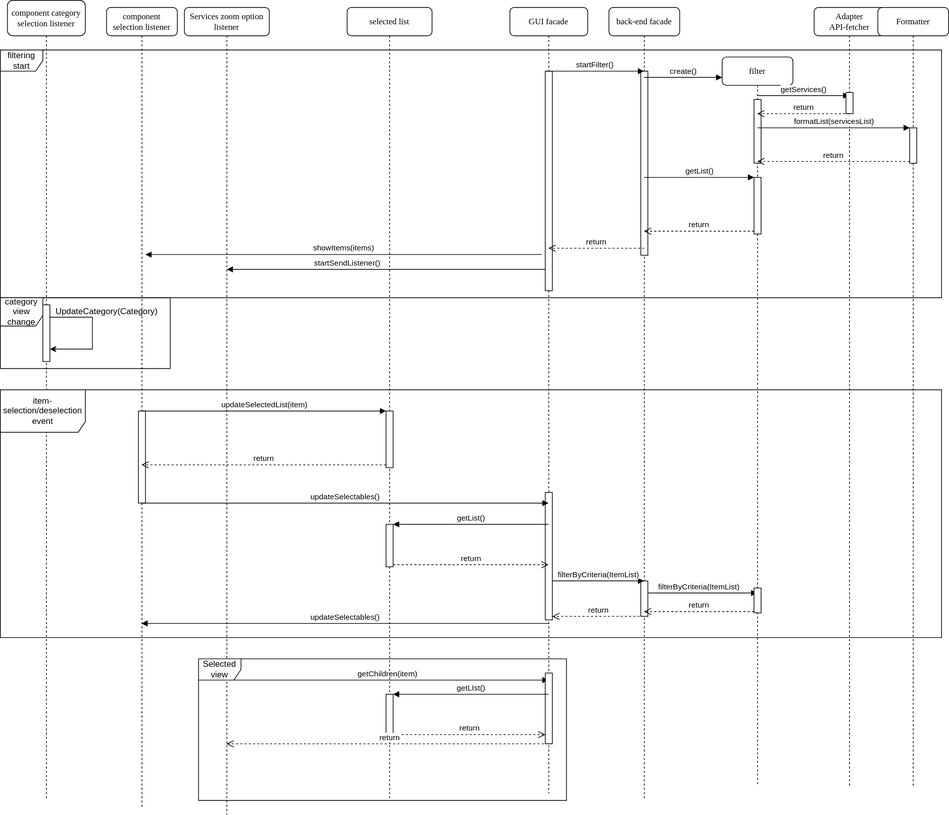
Before: documentation/behaviour/internal behaviour/internal_behaviour.svg, a diagram exported from draw.io (Geostartico/Trusted-list-browser). Source tidied: cells renumbered, new cells last; positions are measured from the earlier drawing's top-left corner, leaving out a move shared by most shapes.
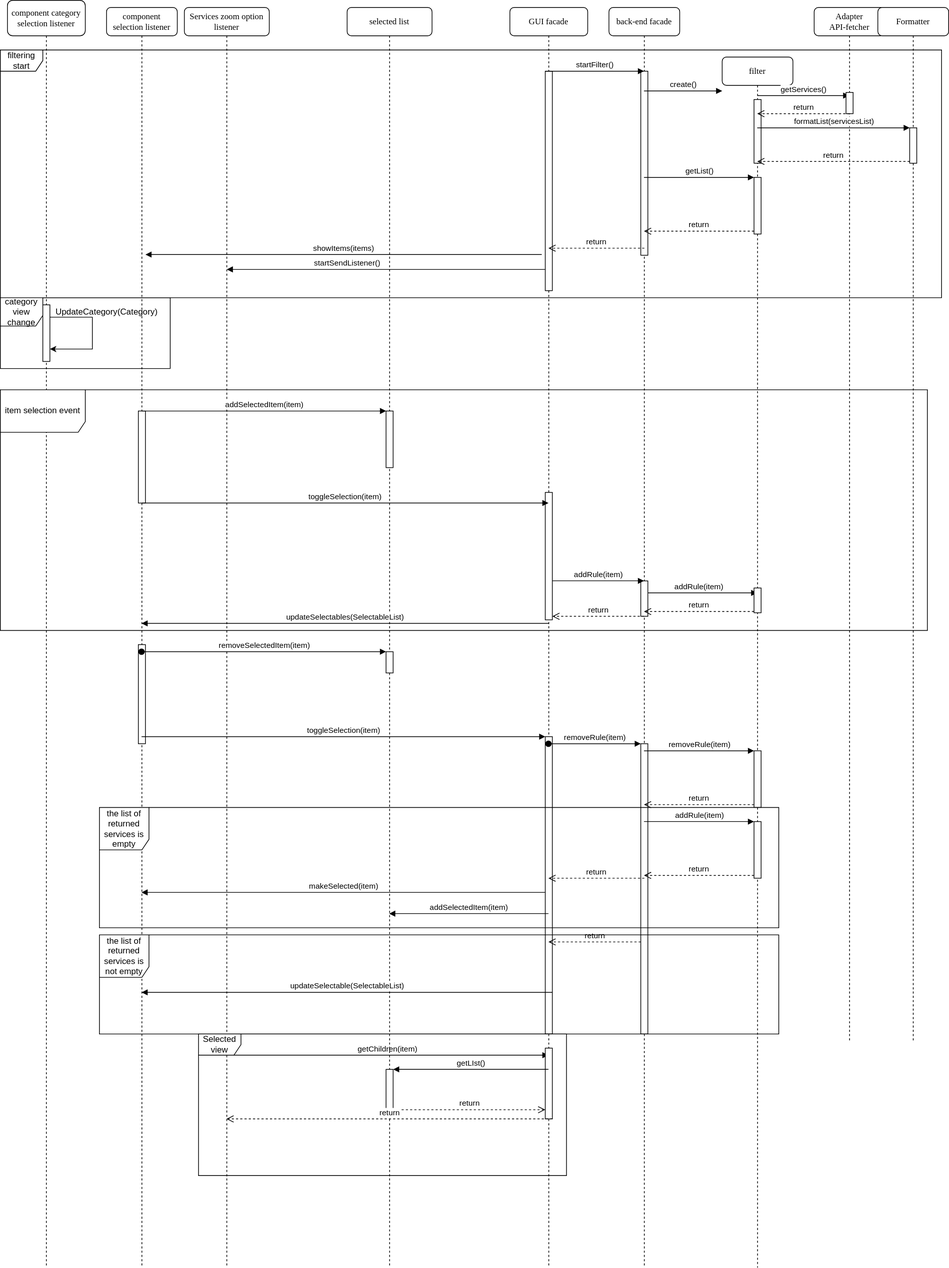
After the change.

Commit message:
modified internal behaviour and added immutable interface explanation

What changed in the source:
```diff
@@ -3,27 +3,28 @@
     <mxCell id="0" />
     <mxCell id="1" parent="0" />
     <mxCell id="2" value="Services zoom option listener" style="shape=umlLifeline;perimeter=lifelinePerimeter;whiteSpace=wrap;html=1;outlineConnect=0;rounded=1;shadow=0;comic=0;labelBackgroundColor=none;strokeWidth=1;fontFamily=Verdana;fontSize=12;align=center;" parent="1" vertex="1">
-      <mxGeometry x="260" y="10" width="120" height="1140" as="geometry" />
+      <mxGeometry x="260" y="10" width="120" height="1780" as="geometry" />
     </mxCell>
-    <mxCell id="3" value="getChildren(item)" style="html=1;verticalAlign=bottom;endArrow=block;rounded=0;" parent="2" edge="1" target="8">
+    <mxCell id="3" value="getChildren(item)" style="html=1;verticalAlign=bottom;endArrow=block;rounded=0;" parent="2" edge="1">
       <mxGeometry relative="1" as="geometry">
-        <mxPoint x="60" y="950" as="sourcePoint" />
+        <mxPoint x="60" y="1480" as="sourcePoint" />
+        <mxPoint x="514.5" y="1480" as="targetPoint" />
       </mxGeometry>
     </mxCell>
     <mxCell id="4" value="selected list" style="shape=umlLifeline;perimeter=lifelinePerimeter;whiteSpace=wrap;html=1;outlineConnect=0;rounded=1;shadow=0;comic=0;labelBackgroundColor=none;strokeWidth=1;fontFamily=Verdana;fontSize=12;align=center;" parent="1" vertex="1">
-      <mxGeometry x="490" y="10" width="120" height="1120" as="geometry" />
+      <mxGeometry x="490" y="10" width="120" height="1780" as="geometry" />
     </mxCell>
     <mxCell id="5" style="html=1;points=[];perimeter=orthogonalPerimeter;" parent="4" vertex="1">
       <mxGeometry x="55" y="570" width="10" height="80" as="geometry" />
     </mxCell>
-    <mxCell id="6" style="html=1;points=[];perimeter=orthogonalPerimeter;" parent="4" vertex="1">
-      <mxGeometry x="55" y="730" width="10" height="60" as="geometry" />
-    </mxCell>
     <mxCell id="7" style="html=1;points=[];perimeter=orthogonalPerimeter;" parent="4" vertex="1">
-      <mxGeometry x="55" y="970" width="10" height="60" as="geometry" />
+      <mxGeometry x="55" y="1500" width="10" height="60" as="geometry" />
     </mxCell>
+    <mxCell id="57" style="html=1;points=[];perimeter=orthogonalPerimeter;" parent="4" vertex="1">
+      <mxGeometry x="55" y="910" width="10" height="30" as="geometry" />
+    </mxCell>
     <mxCell id="8" value="GUI facade" style="shape=umlLifeline;perimeter=lifelinePerimeter;whiteSpace=wrap;html=1;outlineConnect=0;rounded=1;shadow=0;comic=0;labelBackgroundColor=none;strokeWidth=1;fontFamily=Verdana;fontSize=12;align=center;" parent="1" vertex="1">
-      <mxGeometry x="720" y="10" width="110" height="1110" as="geometry" />
+      <mxGeometry x="720" y="10" width="110" height="1780" as="geometry" />
     </mxCell>
     <mxCell id="9" style="rounded=0;whiteSpace=wrap;html=1;" parent="8" vertex="1">
       <mxGeometry x="50" y="90" width="10" height="310" as="geometry" />
@@ -32,15 +33,23 @@
       <mxGeometry x="50" y="685" width="10" height="180" as="geometry" />
     </mxCell>
     <mxCell id="11" style="html=1;perimeter=orthogonalPerimeter;" parent="8" vertex="1">
-      <mxGeometry x="50" y="940" width="10" height="100" as="geometry" />
+      <mxGeometry x="50" y="1470" width="10" height="100" as="geometry" />
     </mxCell>
+    <mxCell id="58" style="html=1;points=[];perimeter=orthogonalPerimeter;" parent="8" vertex="1">
+      <mxGeometry x="50" y="1030" width="10" height="420" as="geometry" />
+    </mxCell>
+    <mxCell id="59" value="makeSelected(item)" style="html=1;verticalAlign=bottom;endArrow=block;rounded=0;" parent="8" edge="1" target="22">
+      <mxGeometry relative="1" as="geometry">
+        <mxPoint x="50" y="1250" as="sourcePoint" />
+      </mxGeometry>
+    </mxCell>
     <mxCell id="12" value="back-end facade" style="shape=umlLifeline;perimeter=lifelinePerimeter;whiteSpace=wrap;html=1;outlineConnect=0;rounded=1;shadow=0;comic=0;labelBackgroundColor=none;strokeWidth=1;fontFamily=Verdana;fontSize=12;align=center;" parent="1" vertex="1">
-      <mxGeometry x="860" y="10" width="100" height="1120" as="geometry" />
+      <mxGeometry x="860" y="10" width="100" height="1780" as="geometry" />
     </mxCell>
     <mxCell id="13" style="html=1;perimeter=orthogonalPerimeter;" parent="12" vertex="1">
       <mxGeometry x="45" y="90" width="10" height="260" as="geometry" />
     </mxCell>
-    <mxCell id="14" value="filterByCriteria(ItemList)" style="html=1;verticalAlign=bottom;endArrow=block;rounded=0;" parent="12" edge="1" target="16">
+    <mxCell id="14" value="addRule(item)" style="html=1;verticalAlign=bottom;endArrow=block;rounded=0;" parent="12" edge="1" target="16">
       <mxGeometry relative="1" as="geometry">
         <mxPoint x="45" y="827" as="sourcePoint" />
       </mxGeometry>
@@ -48,8 +57,16 @@
     <mxCell id="15" style="html=1;perimeter=orthogonalPerimeter;" parent="12" vertex="1">
       <mxGeometry x="45" y="810" width="10" height="50" as="geometry" />
     </mxCell>
+    <mxCell id="60" style="html=1;points=[];perimeter=orthogonalPerimeter;" parent="12" vertex="1">
+      <mxGeometry x="45" y="1040" width="10" height="410" as="geometry" />
+    </mxCell>
+    <mxCell id="61" value="return" style="html=1;verticalAlign=bottom;endArrow=open;dashed=1;endSize=8;rounded=0;" parent="12" edge="1" target="8">
+      <mxGeometry relative="1" as="geometry">
+        <mxPoint x="45" y="1320" as="sourcePoint" />
+      </mxGeometry>
+    </mxCell>
     <mxCell id="16" value="filter" style="shape=umlLifeline;perimeter=lifelinePerimeter;whiteSpace=wrap;html=1;outlineConnect=0;rounded=1;shadow=0;comic=0;labelBackgroundColor=none;strokeWidth=1;fontFamily=Verdana;fontSize=12;align=center;" parent="1" vertex="1">
-      <mxGeometry x="1020" y="80" width="100" height="1030" as="geometry" />
+      <mxGeometry x="1020" y="80" width="100" height="1710" as="geometry" />
     </mxCell>
     <mxCell id="17" value="getServices()" style="html=1;verticalAlign=bottom;endArrow=block;rounded=0;" parent="16" edge="1" target="21">
       <mxGeometry relative="1" as="geometry">
@@ -65,15 +82,24 @@
     <mxCell id="20" style="html=1;points=[];perimeter=orthogonalPerimeter;" parent="16" vertex="1">
       <mxGeometry x="45" y="750" width="10" height="35" as="geometry" />
     </mxCell>
+    <mxCell id="62" style="html=1;points=[];perimeter=orthogonalPerimeter;" parent="16" vertex="1">
+      <mxGeometry x="45" y="980" width="10" height="80" as="geometry" />
+    </mxCell>
+    <mxCell id="63" style="html=1;points=[];perimeter=orthogonalPerimeter;" parent="16" vertex="1">
+      <mxGeometry x="45" y="1080" width="10" height="80" as="geometry" />
+    </mxCell>
     <mxCell id="21" value="&lt;div&gt;Adapter&lt;/div&gt;&lt;div&gt;API-fetcher&lt;/div&gt;" style="shape=umlLifeline;perimeter=lifelinePerimeter;whiteSpace=wrap;html=1;outlineConnect=0;rounded=1;shadow=0;comic=0;labelBackgroundColor=none;strokeWidth=1;fontFamily=Verdana;fontSize=12;align=center;" parent="1" vertex="1">
-      <mxGeometry x="1150" y="10" width="100" height="1100" as="geometry" />
+      <mxGeometry x="1150" y="10" width="100" height="1460" as="geometry" />
     </mxCell>
     <mxCell id="22" value="component selection listener" style="shape=umlLifeline;perimeter=lifelinePerimeter;whiteSpace=wrap;html=1;outlineConnect=0;rounded=1;shadow=0;comic=0;labelBackgroundColor=none;strokeWidth=1;fontFamily=Verdana;fontSize=12;align=center;" parent="1" vertex="1">
-      <mxGeometry x="150" y="10" width="100" height="1130" as="geometry" />
+      <mxGeometry x="150" y="10" width="100" height="1780" as="geometry" />
     </mxCell>
     <mxCell id="23" style="html=1;perimeter=orthogonalPerimeter;" parent="22" vertex="1">
       <mxGeometry x="45" y="570" width="10" height="130" as="geometry" />
     </mxCell>
+    <mxCell id="64" style="html=1;perimeter=orthogonalPerimeter;" parent="22" vertex="1">
+      <mxGeometry x="45" y="900" width="10" height="140" as="geometry" />
+    </mxCell>
     <mxCell id="24" value="return" style="html=1;verticalAlign=bottom;endArrow=open;dashed=1;endSize=8;rounded=0;" parent="1" edge="1" target="16">
       <mxGeometry relative="1" as="geometry">
         <mxPoint x="1200" y="160" as="sourcePoint" />
@@ -97,7 +123,7 @@
       <mxGeometry relative="1" as="geometry" />
     </mxCell>
     <mxCell id="28" value="Formatter" style="shape=umlLifeline;perimeter=lifelinePerimeter;whiteSpace=wrap;html=1;rounded=1;shadow=0;comic=0;labelBackgroundColor=none;strokeWidth=1;fontFamily=Verdana;fontSize=12;align=center;" parent="1" vertex="1">
-      <mxGeometry x="1240" y="10" width="100" height="1100" as="geometry" />
+      <mxGeometry x="1240" y="10" width="100" height="1460" as="geometry" />
     </mxCell>
     <mxCell id="29" style="html=1;points=[];perimeter=orthogonalPerimeter;" parent="28" vertex="1">
       <mxGeometry x="45" y="170" width="10" height="50" as="geometry" />
@@ -117,7 +143,7 @@
       <mxGeometry relative="1" as="geometry" />
     </mxCell>
     <mxCell id="34" value="component category selection listener" style="shape=umlLifeline;perimeter=lifelinePerimeter;whiteSpace=wrap;html=1;rounded=1;shadow=0;comic=0;labelBackgroundColor=none;strokeWidth=1;fontFamily=Verdana;fontSize=12;align=center;size=50;" parent="1" vertex="1">
-      <mxGeometry x="10" width="110" height="1130" as="geometry" />
+      <mxGeometry x="10" width="110" height="1790" as="geometry" />
     </mxCell>
     <mxCell id="35" value="filtering start" style="shape=umlFrame;whiteSpace=wrap;html=1;" parent="1" vertex="1">
       <mxGeometry y="70" width="1330" height="350" as="geometry" />
@@ -143,47 +169,40 @@
     <mxCell id="40" style="html=1;perimeter=orthogonalPerimeter;" parent="1" vertex="1">
       <mxGeometry x="1195" y="130" width="10" height="30" as="geometry" />
     </mxCell>
-    <mxCell id="41" value="updateSelectedList(item)" style="html=1;verticalAlign=bottom;endArrow=block;entryX=0;entryY=0;rounded=0;" parent="1" edge="1" source="22" target="5">
+    <mxCell id="41" value="addSelectedItem(item)" style="html=1;verticalAlign=bottom;endArrow=block;entryX=0;entryY=0;rounded=0;" parent="1" edge="1" source="22" target="5">
       <mxGeometry relative="1" as="geometry" />
     </mxCell>
-    <mxCell id="42" value="return" style="html=1;verticalAlign=bottom;endArrow=open;dashed=1;endSize=8;exitX=0;exitY=0.95;rounded=0;" parent="1" edge="1" source="5" target="22">
-      <mxGeometry relative="1" as="geometry" />
-    </mxCell>
-    <mxCell id="43" value="updateSelectables()" style="html=1;verticalAlign=bottom;endArrow=block;rounded=0;" parent="1" edge="1" target="8">
+    <mxCell id="43" value="toggleSelection(item)" style="html=1;verticalAlign=bottom;endArrow=block;rounded=0;" parent="1" edge="1" target="8">
       <mxGeometry relative="1" as="geometry">
         <mxPoint x="200" y="710" as="sourcePoint" />
       </mxGeometry>
     </mxCell>
-    <mxCell id="44" value="getList()" style="html=1;verticalAlign=bottom;endArrow=block;entryX=1;entryY=0;rounded=0;" parent="1" edge="1" source="8" target="6">
-      <mxGeometry relative="1" as="geometry" />
-    </mxCell>
-    <mxCell id="45" value="return" style="html=1;verticalAlign=bottom;endArrow=open;dashed=1;endSize=8;exitX=1;exitY=0.95;rounded=0;" parent="1" edge="1" source="6" target="8">
-      <mxGeometry relative="1" as="geometry" />
-    </mxCell>
-    <mxCell id="46" value="filterByCriteria(ItemList)" style="html=1;verticalAlign=bottom;endArrow=block;rounded=0;exitX=1;exitY=0.694;exitDx=0;exitDy=0;exitPerimeter=0;" parent="1" edge="1" source="10" target="12">
+    <mxCell id="46" value="addRule(item)" style="html=1;verticalAlign=bottom;endArrow=block;rounded=0;exitX=1;exitY=0.694;exitDx=0;exitDy=0;exitPerimeter=0;" parent="1" edge="1" source="10" target="12">
       <mxGeometry relative="1" as="geometry" />
     </mxCell>
     <mxCell id="47" value="return" style="html=1;verticalAlign=bottom;endArrow=open;dashed=1;endSize=8;exitX=0;exitY=0.95;rounded=0;" parent="1" edge="1" source="20" target="12">
       <mxGeometry relative="1" as="geometry" />
     </mxCell>
-    <mxCell id="48" value="updateSelectables()" style="html=1;verticalAlign=bottom;endArrow=block;rounded=0;" parent="1" edge="1" target="22">
+    <mxCell id="48" value="updateSelectables(SelectableList)" style="html=1;verticalAlign=bottom;endArrow=block;rounded=0;" parent="1" edge="1" target="22">
       <mxGeometry relative="1" as="geometry">
         <mxPoint x="775" y="880" as="sourcePoint" />
       </mxGeometry>
     </mxCell>
-    <mxCell id="49" value="item-selection/deselection event" style="shape=umlFrame;whiteSpace=wrap;html=1;width=120;height=60;" parent="1" vertex="1">
-      <mxGeometry y="550" width="1330" height="350" as="geometry" />
+    <mxCell id="49" value="item selection event" style="shape=umlFrame;whiteSpace=wrap;html=1;width=120;height=60;" parent="1" vertex="1">
+      <mxGeometry y="550" width="1310" height="340" as="geometry" />
     </mxCell>
-    <mxCell id="50" value="getLIst()" style="html=1;verticalAlign=bottom;endArrow=block;entryX=1;entryY=0;rounded=0;" parent="1" edge="1" source="8" target="7">
-      <mxGeometry relative="1" as="geometry" />
+    <mxCell id="50" value="getLIst()" style="html=1;verticalAlign=bottom;endArrow=block;entryX=1;entryY=0;rounded=0;" parent="1" edge="1" target="7">
+      <mxGeometry relative="1" as="geometry">
+        <mxPoint x="774.5" y="1510" as="sourcePoint" />
+      </mxGeometry>
     </mxCell>
     <mxCell id="51" value="return" style="html=1;verticalAlign=bottom;endArrow=open;dashed=1;endSize=8;exitX=1;exitY=0.95;rounded=0;" parent="1" edge="1" source="7">
       <mxGeometry relative="1" as="geometry">
-        <mxPoint x="770" y="1037" as="targetPoint" />
+        <mxPoint x="770" y="1567" as="targetPoint" />
       </mxGeometry>
     </mxCell>
     <mxCell id="52" value="Selected view" style="shape=umlFrame;whiteSpace=wrap;html=1;" parent="1" vertex="1">
-      <mxGeometry x="280" y="930" width="520" height="200" as="geometry" />
+      <mxGeometry x="280" y="1460" width="520" height="200" as="geometry" />
     </mxCell>
     <mxCell id="53" value="&lt;div&gt;startFilter()&lt;/div&gt;" style="html=1;verticalAlign=bottom;endArrow=block;rounded=0;" parent="1" edge="1">
       <mxGeometry relative="1" as="geometry">
@@ -206,10 +225,64 @@
         <mxPoint x="780" y="870" as="targetPoint" />
       </mxGeometry>
     </mxCell>
-    <mxCell id="56" value="return" style="html=1;verticalAlign=bottom;endArrow=open;dashed=1;endSize=8;rounded=0;" parent="1" edge="1" target="2">
+    <mxCell id="56" value="return" style="html=1;verticalAlign=bottom;endArrow=open;dashed=1;endSize=8;rounded=0;" parent="1" edge="1">
       <mxGeometry relative="1" as="geometry">
-        <mxPoint x="780" y="1050" as="sourcePoint" />
+        <mxPoint x="780" y="1580" as="sourcePoint" />
+        <mxPoint x="319.5" y="1580" as="targetPoint" />
       </mxGeometry>
     </mxCell>
+    <mxCell id="65" value="toggleSelection(item)" style="html=1;verticalAlign=bottom;endArrow=block;entryX=0;entryY=0;rounded=0;" parent="1" edge="1" target="58">
+      <mxGeometry relative="1" as="geometry">
+        <mxPoint x="199.5" y="1040" as="sourcePoint" />
+      </mxGeometry>
+    </mxCell>
+    <mxCell id="66" value="removeRule(item)" style="html=1;verticalAlign=bottom;startArrow=oval;endArrow=block;startSize=8;rounded=0;" parent="1" edge="1" target="60">
+      <mxGeometry relative="1" as="geometry">
+        <mxPoint x="774.5" y="1050" as="sourcePoint" />
+      </mxGeometry>
+    </mxCell>
+    <mxCell id="67" value="removeRule(item)" style="html=1;verticalAlign=bottom;endArrow=block;entryX=0;entryY=0;rounded=0;" parent="1" edge="1" target="62">
+      <mxGeometry relative="1" as="geometry">
+        <mxPoint x="909.5" y="1060" as="sourcePoint" />
+      </mxGeometry>
+    </mxCell>
+    <mxCell id="68" value="return" style="html=1;verticalAlign=bottom;endArrow=open;dashed=1;endSize=8;exitX=0;exitY=0.95;rounded=0;" parent="1" edge="1" source="62">
+      <mxGeometry relative="1" as="geometry">
+        <mxPoint x="909.5" y="1136" as="targetPoint" />
+      </mxGeometry>
+    </mxCell>
+    <mxCell id="69" value="removeSelectedItem(item)" style="html=1;verticalAlign=bottom;startArrow=oval;endArrow=block;startSize=8;rounded=0;" parent="1" edge="1" source="22" target="57">
+      <mxGeometry relative="1" as="geometry" />
+    </mxCell>
+    <mxCell id="70" value="addRule(item)" style="html=1;verticalAlign=bottom;endArrow=block;entryX=0;entryY=0;rounded=0;" parent="1" edge="1" source="12" target="63">
+      <mxGeometry relative="1" as="geometry" />
+    </mxCell>
+    <mxCell id="71" value="return" style="html=1;verticalAlign=bottom;endArrow=open;dashed=1;endSize=8;exitX=0;exitY=0.95;rounded=0;" parent="1" edge="1" source="63" target="12">
+      <mxGeometry relative="1" as="geometry" />
+    </mxCell>
+    <mxCell id="72" value="return" style="html=1;verticalAlign=bottom;endArrow=open;dashed=1;endSize=8;rounded=0;" parent="1" edge="1" target="8">
+      <mxGeometry relative="1" as="geometry">
+        <mxPoint x="910" y="1240" as="sourcePoint" />
+        <Array as="points">
+          <mxPoint x="880" y="1240" />
+        </Array>
+      </mxGeometry>
+    </mxCell>
+    <mxCell id="73" value="addSelectedItem(item)" style="html=1;verticalAlign=bottom;endArrow=block;rounded=0;" parent="1" edge="1" source="8" target="4">
+      <mxGeometry relative="1" as="geometry">
+        <Array as="points">
+          <mxPoint x="740" y="1290" />
+        </Array>
+      </mxGeometry>
+    </mxCell>
+    <mxCell id="74" value="the list of returned services is empty" style="shape=umlFrame;whiteSpace=wrap;html=1;width=70;height=60;" parent="1" vertex="1">
+      <mxGeometry x="140" y="1140" width="960" height="170" as="geometry" />
+    </mxCell>
+    <mxCell id="75" value="updateSelectable(SelectableList)" style="html=1;verticalAlign=bottom;endArrow=block;rounded=0;exitX=1;exitY=0.86;exitDx=0;exitDy=0;exitPerimeter=0;" parent="1" edge="1" source="58" target="22">
+      <mxGeometry relative="1" as="geometry" />
+    </mxCell>
+    <mxCell id="76" value="the list of returned services is not empty" style="shape=umlFrame;whiteSpace=wrap;html=1;width=70;height=60;" parent="1" vertex="1">
+      <mxGeometry x="140" y="1320" width="960" height="140" as="geometry" />
+    </mxCell>
   </root>
 </mxGraphModel>
```
